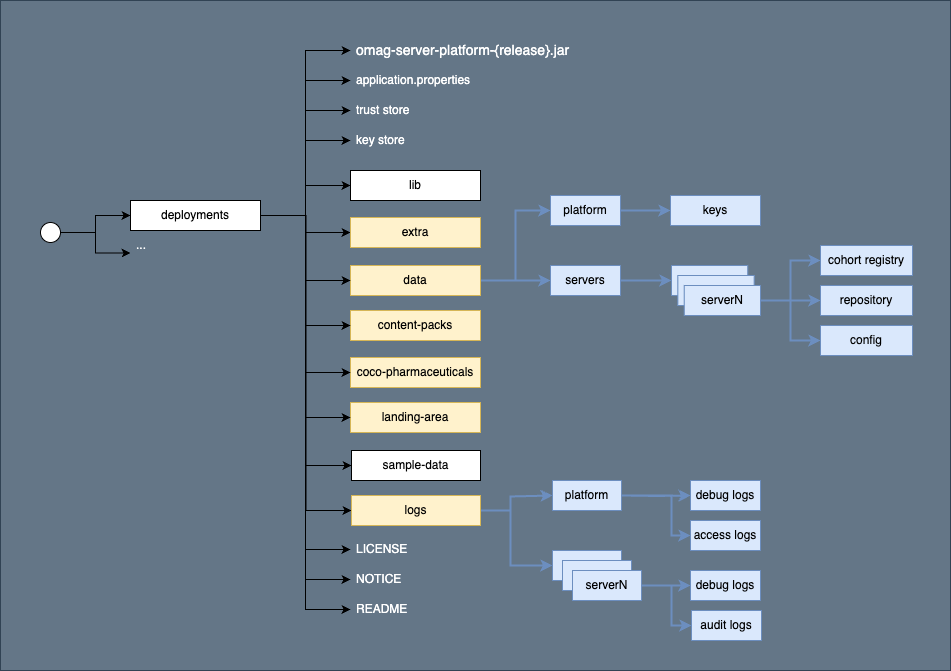
This is open-metadata-distribution/omag-server-platform/docs/fileLayout-docker-image.png from odpi/egeria, a draw.io export, as it was before one commit. Source tidied: cells renumbered, new cells last; positions are measured from the earlier drawing's top-left corner, leaving out a move shared by most shapes.
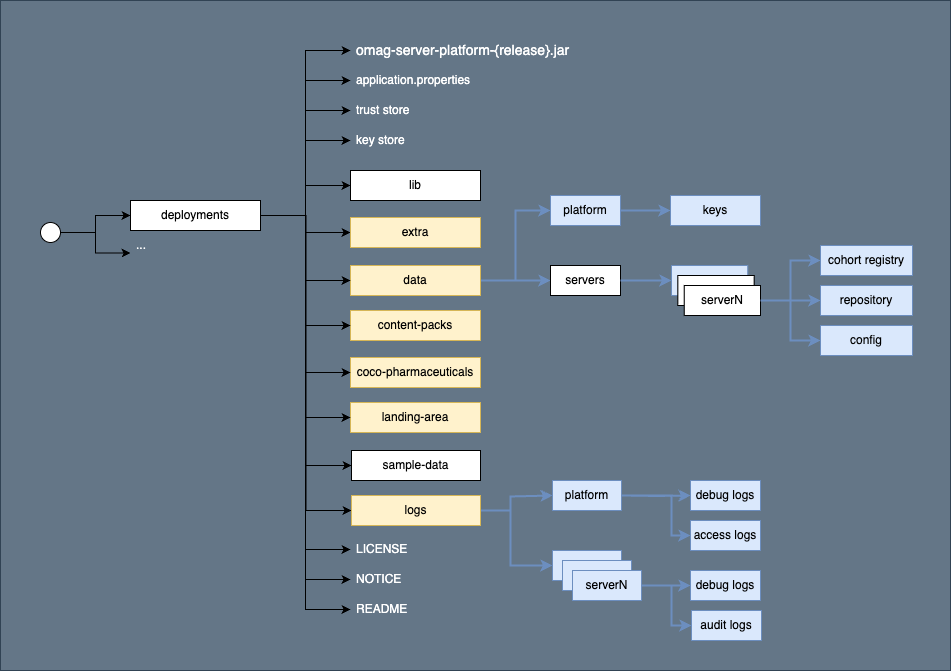
Above is the later version.

Change to the diagram source:
```diff
@@ -65,7 +65,7 @@
     <mxCell id="22" value="platform" style="rounded=0;whiteSpace=wrap;html=1;fillColor=#dae8fc;strokeColor=#6c8ebf;" parent="1" vertex="1">
       <mxGeometry x="550" y="195" width="70" height="30" as="geometry" />
     </mxCell>
-    <mxCell id="23" value="servers" style="rounded=0;whiteSpace=wrap;html=1;fillColor=#dae8fc;strokeColor=#6c8ebf;" parent="1" vertex="1">
+    <mxCell id="23" value="servers" style="rounded=0;whiteSpace=wrap;html=1;" parent="1" vertex="1">
       <mxGeometry x="550" y="265" width="70" height="30" as="geometry" />
     </mxCell>
     <mxCell id="24" style="group;fillColor=none;strokeColor=none;" parent="1" vertex="1">
@@ -74,10 +74,10 @@
     <mxCell id="25" value="server1" style="rounded=0;whiteSpace=wrap;html=1;fillColor=#dae8fc;strokeColor=#6c8ebf;" parent="24" vertex="1">
       <mxGeometry width="76.3" height="30" as="geometry" />
     </mxCell>
-    <mxCell id="26" value="server1" style="rounded=0;whiteSpace=wrap;html=1;fillColor=#dae8fc;strokeColor=#6c8ebf;" parent="24" vertex="1">
+    <mxCell id="26" value="server1" style="rounded=0;whiteSpace=wrap;html=1;" parent="24" vertex="1">
       <mxGeometry x="6.4" y="10" width="76.3" height="30" as="geometry" />
     </mxCell>
-    <mxCell id="27" value="serverN" style="rounded=0;whiteSpace=wrap;html=1;fillColor=#dae8fc;strokeColor=#6c8ebf;" parent="24" vertex="1">
+    <mxCell id="27" value="serverN" style="rounded=0;whiteSpace=wrap;html=1;" parent="24" vertex="1">
       <mxGeometry x="12.7" y="20" width="76.3" height="30" as="geometry" />
     </mxCell>
     <mxCell id="28" style="endArrow=classic;html=1;rounded=0;entryX=0;entryY=0.5;entryDx=0;entryDy=0;exitX=1;exitY=0.5;exitDx=0;exitDy=0;fillColor=#dae8fc;strokeColor=#6c8ebf;strokeWidth=2;" parent="1" edge="1" source="23" target="25">
```
